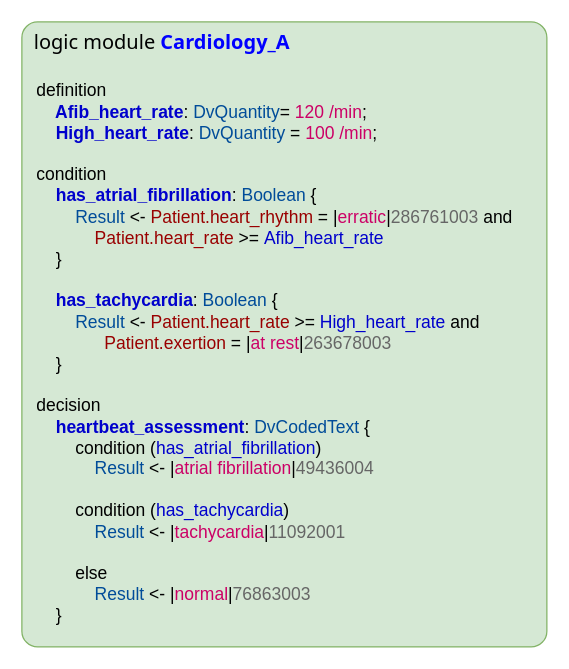
The draw.io diagram docs/decision_language/diagrams/representation_basic.drawio in openEHR/specifications-PROC, before the edit. Source tidied: cells renumbered, new cells numbered last; positions are measured from the earlier drawing's top-left corner, leaving out a move shared by most shapes. Both pictures are drawn from the tidied source at 125%, with x=0, y=0 at pixel (21, 21).
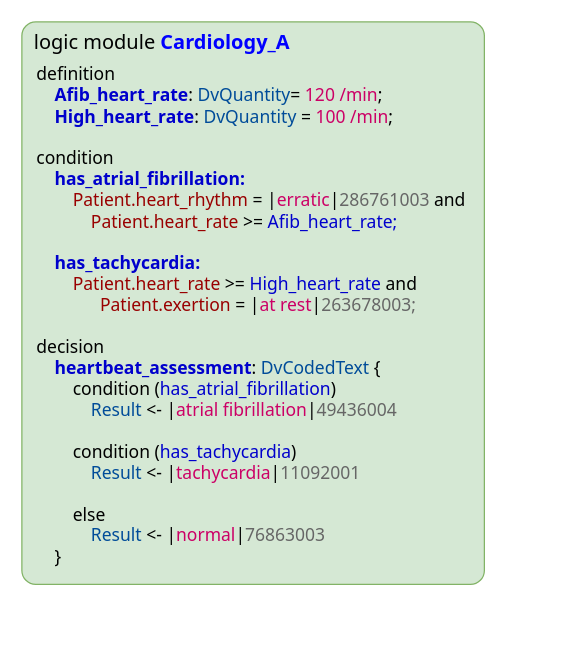
After the change.

Change to the diagram source:
```diff
@@
 <mxGraphModel>
   <root>
     <mxCell id="0" />
     <mxCell id="1" parent="0" />
     <mxCell id="2" value="&lt;div style=&quot;text-align: center ; font-size: 16px&quot;&gt;logic module&amp;nbsp;&lt;b style=&quot;font-size: 16px&quot;&gt;&lt;font color=&quot;#0000ff&quot; style=&quot;font-size: 16px&quot;&gt;Cardiology_A&lt;/font&gt;&lt;/b&gt;&lt;/div&gt;&lt;font color=&quot;#595959&quot; style=&quot;font-size: 16px&quot;&gt;&lt;div style=&quot;text-align: center ; font-size: 16px&quot;&gt;&lt;span style=&quot;font-size: 16px&quot;&gt;&amp;nbsp; &amp;nbsp; &amp;nbsp; &amp;nbsp; &amp;nbsp;&lt;/span&gt;&lt;span style=&quot;font-size: 16px&quot;&gt;&amp;nbsp; &amp;nbsp; &amp;nbsp; &amp;nbsp;&lt;/span&gt;&lt;/div&gt;&lt;/font&gt;" style="rounded=1;whiteSpace=wrap;html=1;fontSize=16;arcSize=3;verticalAlign=top;fillColor=#d5e8d4;strokeColor=#82b366;align=left;spacingLeft=8;fontFamily=Tahoma;" parent="1" vertex="1">
-      <mxGeometry width="420" height="500" as="geometry" />
+      <mxGeometry width="370" height="450" as="geometry" />
     </mxCell>
-    <mxCell id="3" value="definition&lt;br style=&quot;font-size: 14px&quot;&gt;&lt;b style=&quot;color: rgb(0 , 0 , 204) ; font-size: 14px&quot;&gt;&amp;nbsp; &amp;nbsp; Afib_heart_rate&lt;/b&gt;:&amp;nbsp;&lt;font color=&quot;#004c99&quot; style=&quot;font-size: 14px&quot;&gt;DvQuantity&lt;/font&gt;= &lt;font color=&quot;#cc0066&quot;&gt;120 /min&lt;/font&gt;;&lt;br style=&quot;font-size: 14px&quot;&gt;&lt;font color=&quot;#0000cc&quot; style=&quot;font-size: 14px&quot;&gt;&lt;b style=&quot;font-size: 14px&quot;&gt;&amp;nbsp; &amp;nbsp; High_heart_rate&lt;/b&gt;&lt;/font&gt;:&amp;nbsp;&lt;span style=&quot;color: rgb(0 , 76 , 153) ; font-size: 14px&quot;&gt;DvQuantity&lt;/span&gt;&amp;nbsp;= &lt;font color=&quot;#cc0066&quot;&gt;100 /min&lt;/font&gt;;&lt;br style=&quot;font-size: 14px&quot;&gt;&lt;br style=&quot;font-size: 14px&quot;&gt;condition&lt;br style=&quot;font-size: 14px&quot;&gt;&lt;font color=&quot;#0000cc&quot; style=&quot;font-size: 14px&quot;&gt;&lt;b style=&quot;font-size: 14px&quot;&gt;&amp;nbsp; &amp;nbsp; has_atrial_fibrillation&lt;/b&gt;&lt;/font&gt;:&amp;nbsp;&lt;font color=&quot;#004c99&quot; style=&quot;font-size: 14px&quot;&gt;Boolean&lt;/font&gt;&amp;nbsp;{&lt;br style=&quot;font-size: 14px&quot;&gt;&amp;nbsp; &amp;nbsp; &amp;nbsp; &amp;nbsp;&amp;nbsp;&lt;font color=&quot;#004c99&quot; style=&quot;font-size: 14px&quot;&gt;Result&lt;/font&gt; &amp;lt;-&amp;nbsp;&lt;font color=&quot;#990000&quot; style=&quot;font-size: 14px&quot;&gt;Patient.heart_rhythm&lt;/font&gt;&amp;nbsp;= |&lt;font color=&quot;#cc0066&quot;&gt;erratic&lt;/font&gt;|&lt;font color=&quot;#666666&quot;&gt;286761003&lt;/font&gt;&amp;nbsp;and&amp;nbsp;&lt;br style=&quot;font-size: 14px&quot;&gt;&amp;nbsp; &amp;nbsp; &amp;nbsp; &amp;nbsp; &amp;nbsp; &amp;nbsp;&amp;nbsp;&lt;font color=&quot;#990000&quot; style=&quot;font-size: 14px&quot;&gt;Patient.heart_rate&lt;/font&gt;&amp;nbsp;&amp;gt;=&amp;nbsp;&lt;font color=&quot;#0000cc&quot; style=&quot;font-size: 14px&quot;&gt;Afib_heart_rate&lt;/font&gt;&lt;br style=&quot;font-size: 14px&quot;&gt;&amp;nbsp; &amp;nbsp; }&lt;br style=&quot;font-size: 14px&quot;&gt;&lt;br style=&quot;font-size: 14px&quot;&gt;&lt;font color=&quot;#0000cc&quot; style=&quot;font-size: 14px&quot;&gt;&lt;b style=&quot;font-size: 14px&quot;&gt;&amp;nbsp; &amp;nbsp; has_tachycardia&lt;/b&gt;&lt;/font&gt;:&amp;nbsp;&lt;span style=&quot;color: rgb(0 , 76 , 153) ; font-size: 14px&quot;&gt;Boolean&lt;/span&gt;&amp;nbsp;{&lt;br style=&quot;font-size: 14px&quot;&gt;&amp;nbsp; &amp;nbsp; &amp;nbsp; &amp;nbsp;&amp;nbsp;&lt;span style=&quot;color: rgb(0 , 76 , 153) ; font-size: 14px&quot;&gt;Result&lt;/span&gt;&amp;nbsp;&amp;lt;-&amp;nbsp;&lt;font color=&quot;#990000&quot; style=&quot;font-size: 14px&quot;&gt;Patient.heart_rate&lt;/font&gt;&amp;nbsp;&amp;gt;=&amp;nbsp;&lt;font color=&quot;#0000cc&quot; style=&quot;font-size: 14px&quot;&gt;High_heart_rate&lt;/font&gt;&amp;nbsp;and&amp;nbsp;&lt;br style=&quot;font-size: 14px&quot;&gt;&amp;nbsp; &amp;nbsp; &amp;nbsp; &amp;nbsp; &amp;nbsp; &amp;nbsp; &amp;nbsp; &lt;font color=&quot;#990000&quot; style=&quot;font-size: 14px&quot;&gt;Patient.exertion&lt;/font&gt;&amp;nbsp;= |&lt;font color=&quot;#cc0066&quot; style=&quot;font-size: 14px&quot;&gt;at rest&lt;/font&gt;|&lt;font color=&quot;#666666&quot;&gt;263678003&lt;/font&gt;&lt;br style=&quot;font-size: 14px&quot;&gt;&amp;nbsp; &amp;nbsp; }&lt;br style=&quot;font-size: 14px&quot;&gt;&lt;br style=&quot;font-size: 14px&quot;&gt;decision&lt;br style=&quot;font-size: 14px&quot;&gt;&lt;font color=&quot;#0000cc&quot; style=&quot;font-size: 14px&quot;&gt;&lt;b style=&quot;font-size: 14px&quot;&gt;&amp;nbsp; &amp;nbsp; heartbeat_assessment&lt;/b&gt;&lt;/font&gt;: &lt;font color=&quot;#004c99&quot; style=&quot;font-size: 14px&quot;&gt;DvCodedText&lt;/font&gt;&amp;nbsp;{&lt;br style=&quot;font-size: 14px&quot;&gt;&amp;nbsp; &amp;nbsp; &amp;nbsp; &amp;nbsp; condition (&lt;font color=&quot;#0000cc&quot; style=&quot;font-size: 14px&quot;&gt;has_atrial_fibrillation&lt;/font&gt;)&amp;nbsp;&lt;br style=&quot;font-size: 14px&quot;&gt;&amp;nbsp; &amp;nbsp; &amp;nbsp; &amp;nbsp; &amp;nbsp; &amp;nbsp;&amp;nbsp;&lt;span style=&quot;color: rgb(0 , 76 , 153) ; font-size: 14px&quot;&gt;Result&lt;/span&gt;&amp;nbsp;&amp;lt;-&amp;nbsp;|&lt;font color=&quot;#cc0066&quot; style=&quot;font-size: 14px&quot;&gt;atrial fibrillation&lt;/font&gt;|&lt;font color=&quot;#666666&quot;&gt;49436004&lt;/font&gt;&lt;br style=&quot;font-size: 14px&quot;&gt;&lt;br style=&quot;font-size: 14px&quot;&gt;&amp;nbsp; &amp;nbsp; &amp;nbsp; &amp;nbsp; condition (&lt;font color=&quot;#0000cc&quot; style=&quot;font-size: 14px&quot;&gt;has_tachycardia&lt;/font&gt;)&lt;br style=&quot;font-size: 14px&quot;&gt;&amp;nbsp; &amp;nbsp; &amp;nbsp; &amp;nbsp; &amp;nbsp; &amp;nbsp;&amp;nbsp;&lt;span style=&quot;color: rgb(0 , 76 , 153) ; font-size: 14px&quot;&gt;Result&lt;/span&gt;&amp;nbsp;&amp;lt;-&amp;nbsp;|&lt;font color=&quot;#cc0066&quot; style=&quot;font-size: 14px&quot;&gt;tachycardia&lt;/font&gt;|&lt;font color=&quot;#666666&quot;&gt;11092001&lt;/font&gt;&lt;br style=&quot;font-size: 14px&quot;&gt;&lt;br style=&quot;font-size: 14px&quot;&gt;&amp;nbsp; &amp;nbsp; &amp;nbsp; &amp;nbsp; else&amp;nbsp;&lt;br style=&quot;font-size: 14px&quot;&gt;&amp;nbsp; &amp;nbsp; &amp;nbsp; &amp;nbsp; &amp;nbsp; &amp;nbsp;&amp;nbsp;&lt;span style=&quot;color: rgb(0 , 76 , 153) ; font-size: 14px&quot;&gt;Result&lt;/span&gt;&amp;nbsp;&amp;lt;- |&lt;font color=&quot;#cc0066&quot; style=&quot;font-size: 14px&quot;&gt;normal&lt;/font&gt;|&lt;font color=&quot;#666666&quot;&gt;76863003&lt;/font&gt;&lt;br style=&quot;font-size: 14px&quot;&gt;&amp;nbsp; &amp;nbsp; }" style="text;align=left;verticalAlign=middle;html=1;fontSize=14;" parent="1" vertex="1">
-      <mxGeometry x="10" y="40" width="410" height="450" as="geometry" />
+    <mxCell id="3" value="definition&lt;br style=&quot;font-size: 14px&quot;&gt;&lt;b style=&quot;color: rgb(0 , 0 , 204) ; font-size: 14px&quot;&gt;&amp;nbsp; &amp;nbsp; Afib_heart_rate&lt;/b&gt;:&amp;nbsp;&lt;font color=&quot;#004c99&quot; style=&quot;font-size: 14px&quot;&gt;DvQuantity&lt;/font&gt;= &lt;font color=&quot;#cc0066&quot;&gt;120 /min&lt;/font&gt;;&lt;br style=&quot;font-size: 14px&quot;&gt;&lt;font color=&quot;#0000cc&quot; style=&quot;font-size: 14px&quot;&gt;&lt;b style=&quot;font-size: 14px&quot;&gt;&amp;nbsp; &amp;nbsp; High_heart_rate&lt;/b&gt;&lt;/font&gt;:&amp;nbsp;&lt;span style=&quot;color: rgb(0 , 76 , 153) ; font-size: 14px&quot;&gt;DvQuantity&lt;/span&gt;&amp;nbsp;= &lt;font color=&quot;#cc0066&quot;&gt;100 /min&lt;/font&gt;;&lt;br style=&quot;font-size: 14px&quot;&gt;&lt;br style=&quot;font-size: 14px&quot;&gt;condition&lt;br style=&quot;font-size: 14px&quot;&gt;&lt;font color=&quot;#0000cc&quot; style=&quot;font-size: 14px&quot;&gt;&lt;b style=&quot;font-size: 14px&quot;&gt;&amp;nbsp; &amp;nbsp; has_atrial_fibrillation:&lt;/b&gt;&lt;/font&gt;&lt;br style=&quot;font-size: 14px&quot;&gt;&amp;nbsp; &amp;nbsp; &amp;nbsp; &amp;nbsp;&amp;nbsp;&lt;font color=&quot;#990000&quot; style=&quot;font-size: 14px&quot;&gt;Patient.heart_rhythm&lt;/font&gt;&amp;nbsp;= |&lt;font color=&quot;#cc0066&quot;&gt;erratic&lt;/font&gt;|&lt;font color=&quot;#666666&quot;&gt;286761003&lt;/font&gt;&amp;nbsp;and&amp;nbsp;&lt;br style=&quot;font-size: 14px&quot;&gt;&amp;nbsp; &amp;nbsp; &amp;nbsp; &amp;nbsp; &amp;nbsp; &amp;nbsp;&amp;nbsp;&lt;font color=&quot;#990000&quot; style=&quot;font-size: 14px&quot;&gt;Patient.heart_rate&lt;/font&gt;&amp;nbsp;&amp;gt;=&amp;nbsp;&lt;font color=&quot;#0000cc&quot; style=&quot;font-size: 14px&quot;&gt;Afib_heart_rate;&lt;/font&gt;&lt;br style=&quot;font-size: 14px&quot;&gt;&lt;br style=&quot;font-size: 14px&quot;&gt;&lt;font color=&quot;#0000cc&quot; style=&quot;font-size: 14px&quot;&gt;&lt;b style=&quot;font-size: 14px&quot;&gt;&amp;nbsp; &amp;nbsp; has_tachycardia:&lt;/b&gt;&lt;/font&gt;&lt;br style=&quot;font-size: 14px&quot;&gt;&amp;nbsp; &amp;nbsp; &amp;nbsp; &amp;nbsp;&amp;nbsp;&lt;font color=&quot;#990000&quot; style=&quot;font-size: 14px&quot;&gt;Patient.heart_rate&lt;/font&gt;&amp;nbsp;&amp;gt;=&amp;nbsp;&lt;font color=&quot;#0000cc&quot; style=&quot;font-size: 14px&quot;&gt;High_heart_rate&lt;/font&gt;&amp;nbsp;and&amp;nbsp;&lt;br style=&quot;font-size: 14px&quot;&gt;&amp;nbsp; &amp;nbsp; &amp;nbsp; &amp;nbsp; &amp;nbsp; &amp;nbsp; &amp;nbsp; &lt;font color=&quot;#990000&quot; style=&quot;font-size: 14px&quot;&gt;Patient.exertion&lt;/font&gt;&amp;nbsp;= |&lt;font color=&quot;#cc0066&quot; style=&quot;font-size: 14px&quot;&gt;at rest&lt;/font&gt;|&lt;font color=&quot;#666666&quot;&gt;263678003;&lt;/font&gt;&lt;br style=&quot;font-size: 14px&quot;&gt;&lt;br style=&quot;font-size: 14px&quot;&gt;decision&lt;br style=&quot;font-size: 14px&quot;&gt;&lt;font color=&quot;#0000cc&quot; style=&quot;font-size: 14px&quot;&gt;&lt;b style=&quot;font-size: 14px&quot;&gt;&amp;nbsp; &amp;nbsp; heartbeat_assessment&lt;/b&gt;&lt;/font&gt;: &lt;font color=&quot;#004c99&quot; style=&quot;font-size: 14px&quot;&gt;DvCodedText&lt;/font&gt;&amp;nbsp;{&lt;br style=&quot;font-size: 14px&quot;&gt;&amp;nbsp; &amp;nbsp; &amp;nbsp; &amp;nbsp; condition (&lt;font color=&quot;#0000cc&quot; style=&quot;font-size: 14px&quot;&gt;has_atrial_fibrillation&lt;/font&gt;)&amp;nbsp;&lt;br style=&quot;font-size: 14px&quot;&gt;&amp;nbsp; &amp;nbsp; &amp;nbsp; &amp;nbsp; &amp;nbsp; &amp;nbsp;&amp;nbsp;&lt;span style=&quot;color: rgb(0 , 76 , 153) ; font-size: 14px&quot;&gt;Result&lt;/span&gt;&amp;nbsp;&amp;lt;-&amp;nbsp;|&lt;font color=&quot;#cc0066&quot; style=&quot;font-size: 14px&quot;&gt;atrial fibrillation&lt;/font&gt;|&lt;font color=&quot;#666666&quot;&gt;49436004&lt;/font&gt;&lt;br style=&quot;font-size: 14px&quot;&gt;&lt;br style=&quot;font-size: 14px&quot;&gt;&amp;nbsp; &amp;nbsp; &amp;nbsp; &amp;nbsp; condition (&lt;font color=&quot;#0000cc&quot; style=&quot;font-size: 14px&quot;&gt;has_tachycardia&lt;/font&gt;)&lt;br style=&quot;font-size: 14px&quot;&gt;&amp;nbsp; &amp;nbsp; &amp;nbsp; &amp;nbsp; &amp;nbsp; &amp;nbsp;&amp;nbsp;&lt;span style=&quot;color: rgb(0 , 76 , 153) ; font-size: 14px&quot;&gt;Result&lt;/span&gt;&amp;nbsp;&amp;lt;-&amp;nbsp;|&lt;font color=&quot;#cc0066&quot; style=&quot;font-size: 14px&quot;&gt;tachycardia&lt;/font&gt;|&lt;font color=&quot;#666666&quot;&gt;11092001&lt;/font&gt;&lt;br style=&quot;font-size: 14px&quot;&gt;&lt;br style=&quot;font-size: 14px&quot;&gt;&amp;nbsp; &amp;nbsp; &amp;nbsp; &amp;nbsp; else&amp;nbsp;&lt;br style=&quot;font-size: 14px&quot;&gt;&amp;nbsp; &amp;nbsp; &amp;nbsp; &amp;nbsp; &amp;nbsp; &amp;nbsp;&amp;nbsp;&lt;span style=&quot;color: rgb(0 , 76 , 153) ; font-size: 14px&quot;&gt;Result&lt;/span&gt;&amp;nbsp;&amp;lt;- |&lt;font color=&quot;#cc0066&quot; style=&quot;font-size: 14px&quot;&gt;normal&lt;/font&gt;|&lt;font color=&quot;#666666&quot;&gt;76863003&lt;/font&gt;&lt;br style=&quot;font-size: 14px&quot;&gt;&amp;nbsp; &amp;nbsp; }" style="text;align=left;verticalAlign=middle;html=1;fontSize=14;fontFamily=Tahoma;" parent="1" vertex="1">
+      <mxGeometry x="10" y="30" width="350" height="410" as="geometry" />
     </mxCell>
   </root>
 </mxGraphModel>
```
